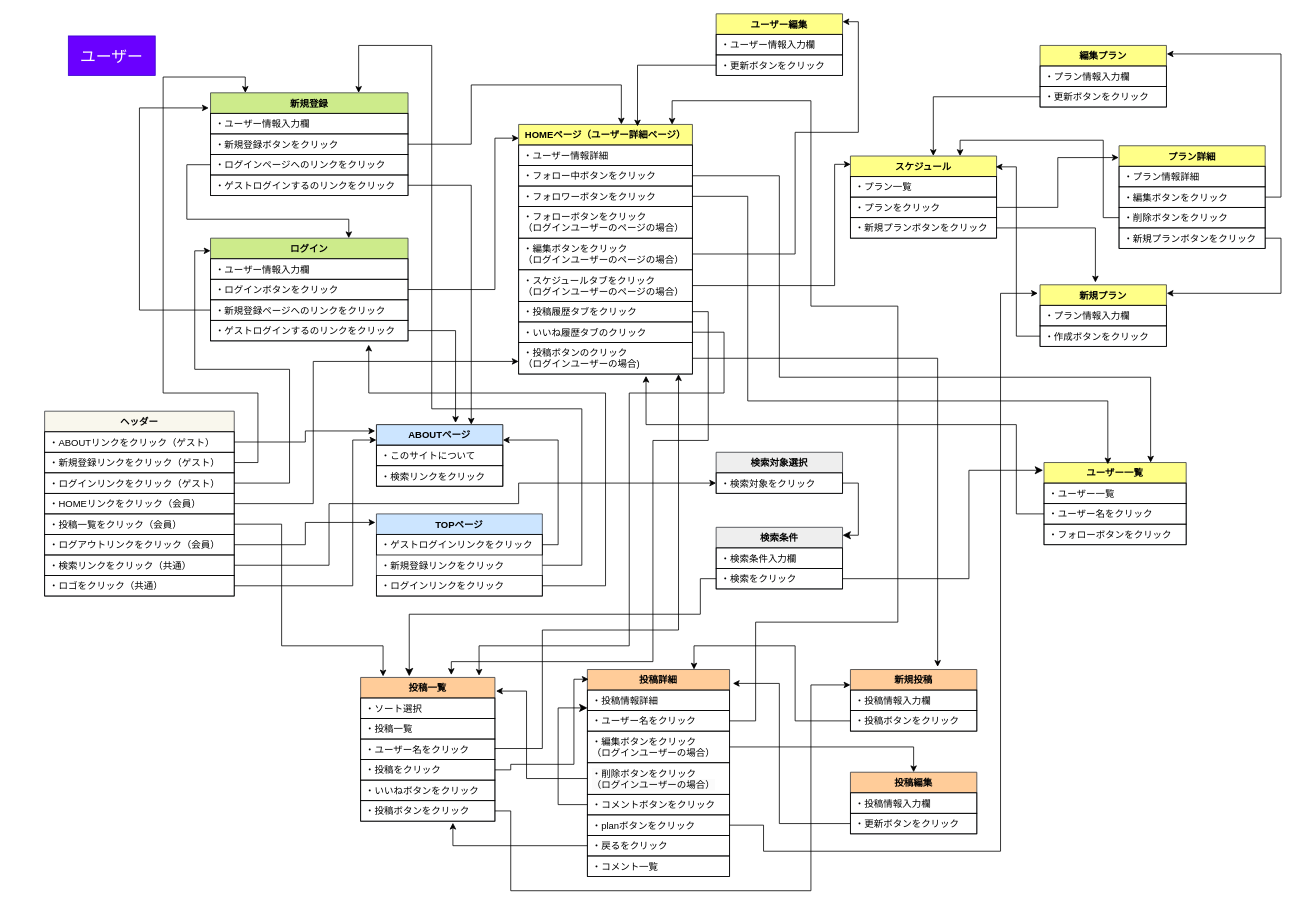
Before: page "user" (1 of 2) of ui_flows.drawio in JunkiYuasa/trip_planning, a draw.io diagram. Source tidied: cells renumbered, new cells numbered last; positions are measured from the earlier drawing's top-left corner, leaving out a move shared by most shapes. Both pictures are drawn from the tidied source at 79%, with x=0, y=0 at pixel (44, 13).
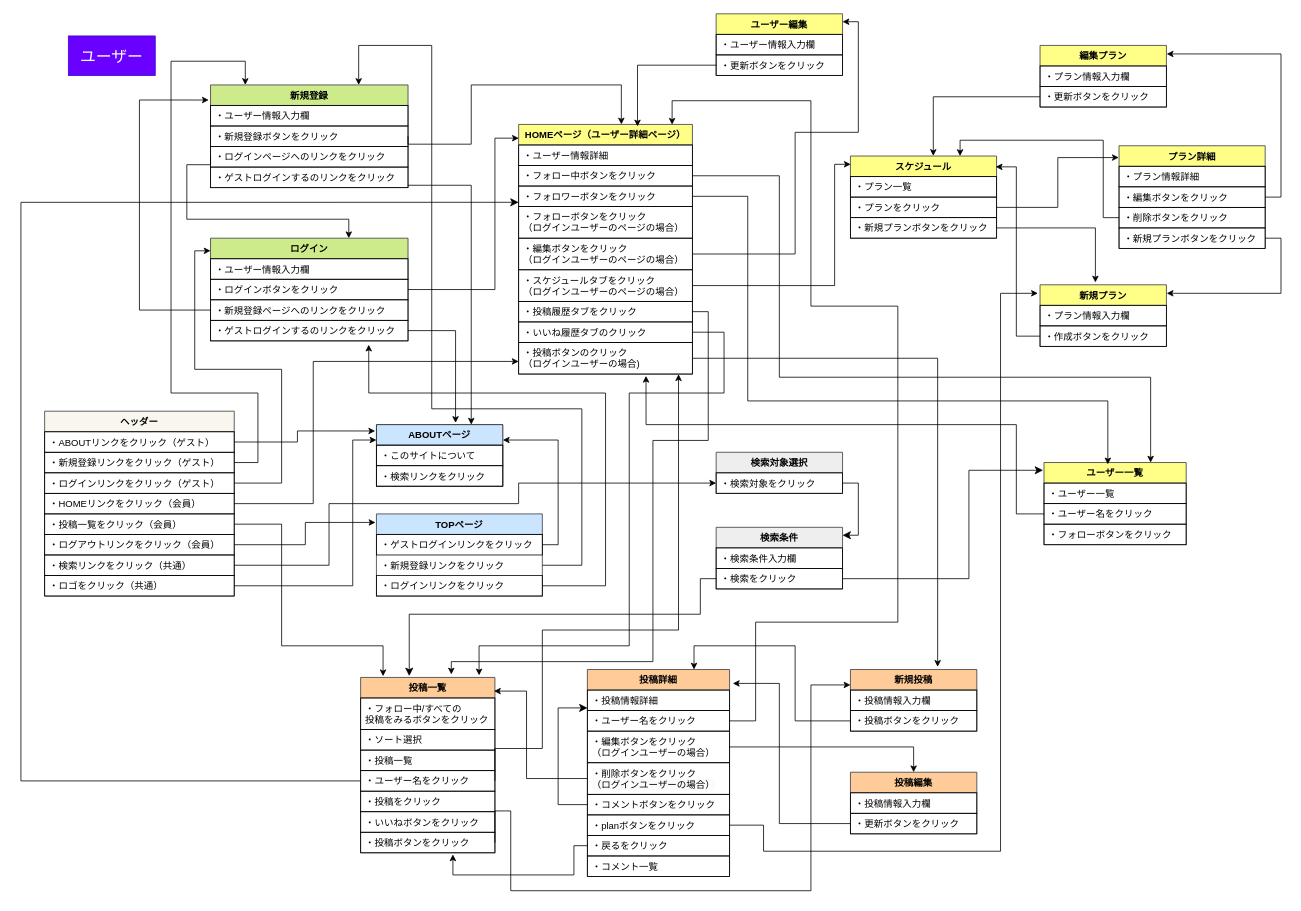
The same page after the edit.

Commit message (it also covers changes not shown here):
ui_flows.drawio を更新します

Unchanged cells that the change refers to:
```xml
<mxCell id="8" value="・ABOUTリンクをクリック（ゲスト）" style="text;strokeColor=default;fillColor=none;align=left;verticalAlign=top;spacingLeft=4;spacingRight=4;overflow=hidden;points=[[0,0.5],[1,0.5]];portConstraint=eastwest;whiteSpace=wrap;html=1;fontFamily=Helvetica;fontSize=12;fontColor=default;" parent="7" vertex="1">
  <mxGeometry y="26" width="240" height="26" as="geometry" />
</mxCell>
<mxCell id="9" value="・新規登録リンクをクリック（ゲスト）" style="text;strokeColor=default;fillColor=none;align=left;verticalAlign=top;spacingLeft=4;spacingRight=4;overflow=hidden;points=[[0,0.5],[1,0.5]];portConstraint=eastwest;whiteSpace=wrap;html=1;fontFamily=Helvetica;fontSize=12;fontColor=default;" parent="7" vertex="1">
  <mxGeometry y="52" width="240" height="26" as="geometry" />
</mxCell>
<mxCell id="10" value="・ログインリンクをクリック（ゲスト）" style="text;strokeColor=default;fillColor=none;align=left;verticalAlign=top;spacingLeft=4;spacingRight=4;overflow=hidden;points=[[0,0.5],[1,0.5]];portConstraint=eastwest;whiteSpace=wrap;html=1;fontFamily=Helvetica;fontSize=12;fontColor=default;" parent="7" vertex="1">
  <mxGeometry y="78" width="240" height="26" as="geometry" />
</mxCell>
<mxCell id="21" value="ABOUTページ" style="swimlane;fontStyle=1;align=center;verticalAlign=top;horizontal=1;startSize=26;whiteSpace=wrap;html=1;spacingLeft=4;spacingRight=4;fontFamily=Helvetica;fontSize=12;fillColor=#cce5ff;strokeColor=default;" parent="1" vertex="1">
  <mxGeometry x="420" y="520" width="160" height="78" as="geometry" />
</mxCell>
<mxCell id="24" value="ログイン" style="swimlane;fontStyle=1;align=center;verticalAlign=top;horizontal=1;startSize=26;whiteSpace=wrap;html=1;strokeColor=#36393d;spacingLeft=4;spacingRight=4;fontFamily=Helvetica;fontSize=12;fillColor=#cdeb8b;" parent="1" vertex="1">
  <mxGeometry x="210" y="284" width="250" height="130" as="geometry" />
</mxCell>
<mxCell id="27" value="・新規登録ページへのリンクをクリック" style="text;strokeColor=default;fillColor=none;align=left;verticalAlign=top;spacingLeft=4;spacingRight=4;overflow=hidden;points=[[0,0.5],[1,0.5]];portConstraint=eastwest;whiteSpace=wrap;html=1;fontFamily=Helvetica;fontSize=12;fontColor=default;" parent="24" vertex="1">
  <mxGeometry y="78" width="250" height="26" as="geometry" />
</mxCell>
<mxCell id="32" value="・フォロワーボタンをクリック" style="text;strokeColor=default;fillColor=none;align=left;verticalAlign=top;spacingLeft=4;spacingRight=4;overflow=hidden;points=[[0,0.5],[1,0.5]];portConstraint=eastwest;whiteSpace=wrap;html=1;fontFamily=Helvetica;fontSize=12;fontColor=default;" parent="29" vertex="1">
  <mxGeometry y="78" width="220" height="26" as="geometry" />
</mxCell>
<mxCell id="46" value="投稿詳細" style="swimlane;fontStyle=1;align=center;verticalAlign=top;horizontal=1;startSize=26;whiteSpace=wrap;html=1;strokeColor=#36393d;spacingLeft=4;spacingRight=4;fontFamily=Helvetica;fontSize=12;fillColor=#ffcc99;" parent="1" vertex="1">
  <mxGeometry x="687" y="830" width="180" height="262" as="geometry" />
</mxCell>
<mxCell id="50" value="&lt;span style=&quot;color: rgb(0, 0, 0); font-family: Helvetica; font-size: 12px; font-style: normal; font-variant-ligatures: normal; font-variant-caps: normal; font-weight: 400; letter-spacing: normal; orphans: 2; text-align: left; text-indent: 0px; text-transform: none; widows: 2; word-spacing: 0px; -webkit-text-stroke-width: 0px; white-space: normal; background-color: rgb(251, 251, 251); text-decoration-thickness: initial; text-decoration-style: initial; text-decoration-color: initial; display: inline !important; float: none;&quot;&gt;・削除&lt;/span&gt;ボタンをクリック&lt;div&gt;&lt;div style=&quot;forced-color-adjust: none; color: rgb(0, 0, 0); font-family: Helvetica; font-size: 12px; font-style: normal; font-variant-ligatures: normal; font-variant-caps: normal; font-weight: 400; letter-spacing: normal; orphans: 2; text-align: left; text-indent: 0px; text-transform: none; widows: 2; word-spacing: 0px; -webkit-text-stroke-width: 0px; white-space: normal; background-color: rgb(251, 251, 251); text-decoration-thickness: initial; text-decoration-style: initial; text-decoration-color: initial;&quot;&gt;（ログインユーザーの場合）&lt;/div&gt;&lt;/div&gt;" style="text;strokeColor=default;fillColor=none;align=left;verticalAlign=top;spacingLeft=4;spacingRight=4;overflow=hidden;points=[[0,0.5],[1,0.5]];portConstraint=eastwest;whiteSpace=wrap;html=1;fontFamily=Helvetica;fontSize=12;fontColor=default;" parent="46" vertex="1">
  <mxGeometry y="118" width="180" height="40" as="geometry" />
</mxCell>
<mxCell id="53" value="・戻るをクリック" style="text;strokeColor=default;fillColor=none;align=left;verticalAlign=top;spacingLeft=4;spacingRight=4;overflow=hidden;points=[[0,0.5],[1,0.5]];portConstraint=eastwest;whiteSpace=wrap;html=1;fontFamily=Helvetica;fontSize=12;fontColor=default;" parent="46" vertex="1">
  <mxGeometry y="210" width="180" height="26" as="geometry" />
</mxCell>
```

Diff of the diagram source:
```diff
@@
     <mxCell id="16" value="新規登録" style="swimlane;fontStyle=1;align=center;verticalAlign=top;horizontal=1;startSize=26;whiteSpace=wrap;html=1;strokeColor=#36393d;spacingLeft=4;spacingRight=4;fontFamily=Helvetica;fontSize=12;fillColor=#cdeb8b;" parent="1" vertex="1">
-      <mxGeometry x="210" y="100" width="250" height="130" as="geometry" />
+      <mxGeometry x="210" y="90" width="250" height="130" as="geometry" />
     </mxCell>
@@
     <mxCell id="39" value="投稿一覧" style="swimlane;fontStyle=1;align=center;verticalAlign=top;horizontal=1;startSize=26;whiteSpace=wrap;html=1;strokeColor=#36393d;spacingLeft=4;spacingRight=4;fontFamily=Helvetica;fontSize=12;fillColor=#ffcc99;" parent="1" vertex="1">
-      <mxGeometry x="400" y="840" width="170" height="182" as="geometry" />
+      <mxGeometry x="400" y="840" width="170" height="222" as="geometry" />
     </mxCell>
+    <mxCell id="135" value="・フォロー中/すべての&lt;div&gt;投稿をみるボタンをクリック&lt;/div&gt;" style="text;strokeColor=default;fillColor=none;align=left;verticalAlign=top;spacingLeft=4;spacingRight=4;overflow=hidden;whiteSpace=wrap;html=1;fontFamily=Helvetica;fontSize=12;fontColor=default;" parent="39" vertex="1">
+      <mxGeometry y="26" width="170" height="40" as="geometry" />
+    </mxCell>
     <mxCell id="40" value="・ソート選択" style="text;strokeColor=default;fillColor=none;align=left;verticalAlign=top;spacingLeft=4;spacingRight=4;overflow=hidden;whiteSpace=wrap;html=1;fontFamily=Helvetica;fontSize=12;fontColor=default;" parent="39" vertex="1">
-      <mxGeometry y="26" width="170" height="26" as="geometry" />
+      <mxGeometry y="66" width="170" height="26" as="geometry" />
     </mxCell>
     <mxCell id="41" value="・投稿一覧" style="text;strokeColor=default;fillColor=none;align=left;verticalAlign=top;spacingLeft=4;spacingRight=4;overflow=hidden;whiteSpace=wrap;html=1;fontFamily=Helvetica;fontSize=12;fontColor=default;" parent="39" vertex="1">
-      <mxGeometry y="52" width="170" height="26" as="geometry" />
+      <mxGeometry y="92" width="170" height="26" as="geometry" />
     </mxCell>
     <mxCell id="42" value="・ユーザー名をクリック" style="text;strokeColor=default;fillColor=none;align=left;verticalAlign=top;spacingLeft=4;spacingRight=4;overflow=hidden;points=[[0,0.5],[1,0.5]];portConstraint=eastwest;whiteSpace=wrap;html=1;fontFamily=Helvetica;fontSize=12;fontColor=default;" parent="39" vertex="1">
-      <mxGeometry y="78" width="170" height="26" as="geometry" />
+      <mxGeometry y="118" width="170" height="26" as="geometry" />
     </mxCell>
     <mxCell id="43" value="・投稿をクリック" style="text;strokeColor=default;fillColor=none;align=left;verticalAlign=top;spacingLeft=4;spacingRight=4;overflow=hidden;points=[[0,0.5],[1,0.5]];portConstraint=eastwest;whiteSpace=wrap;html=1;fontFamily=Helvetica;fontSize=12;fontColor=default;" parent="39" vertex="1">
-      <mxGeometry y="104" width="170" height="26" as="geometry" />
+      <mxGeometry y="144" width="170" height="26" as="geometry" />
     </mxCell>
     <mxCell id="44" value="・いいねボタンをクリック" style="text;strokeColor=default;fillColor=none;align=left;verticalAlign=top;spacingLeft=4;spacingRight=4;overflow=hidden;whiteSpace=wrap;html=1;fontFamily=Helvetica;fontSize=12;fontColor=default;" parent="39" vertex="1">
-      <mxGeometry y="130" width="170" height="26" as="geometry" />
+      <mxGeometry y="170" width="170" height="26" as="geometry" />
     </mxCell>
     <mxCell id="45" value="・投稿ボタンをクリック" style="text;strokeColor=default;fillColor=none;align=left;verticalAlign=top;spacingLeft=4;spacingRight=4;overflow=hidden;points=[[0,0.5],[1,0.5]];portConstraint=eastwest;whiteSpace=wrap;html=1;fontFamily=Helvetica;fontSize=12;fontColor=default;" parent="39" vertex="1">
-      <mxGeometry y="156" width="170" height="26" as="geometry" />
+      <mxGeometry y="196" width="170" height="26" as="geometry" />
     </mxCell>
@@
     <mxCell id="86" style="edgeStyle=orthogonalEdgeStyle;rounded=0;jettySize=auto;html=1;" parent="1" edge="1" source="9">
       <mxGeometry relative="1" as="geometry">
-        <mxPoint x="254" y="100" as="targetPoint" />
+        <mxPoint x="254" y="90" as="targetPoint" />
         <Array as="points">
           <mxPoint x="270" y="568" />
           <mxPoint x="270" y="480" />
-          <mxPoint x="150" y="480" />
-          <mxPoint x="150" y="80" />
-          <mxPoint x="254" y="80" />
+          <mxPoint x="160" y="480" />
+          <mxPoint x="160" y="60" />
+          <mxPoint x="254" y="60" />
         </Array>
       </mxGeometry>
     </mxCell>
     <mxCell id="87" style="edgeStyle=orthogonalEdgeStyle;rounded=0;jettySize=auto;html=1;exitX=1;exitY=0.5;exitDx=0;exitDy=0;" parent="1" edge="1" source="10" target="24">
       <mxGeometry relative="1" as="geometry">
         <Array as="points">
-          <mxPoint x="310" y="594" />
-          <mxPoint x="310" y="450" />
+          <mxPoint x="300" y="594" />
+          <mxPoint x="300" y="450" />
           <mxPoint x="190" y="450" />
           <mxPoint x="190" y="300" />
         </Array>
       </mxGeometry>
     </mxCell>
     <mxCell id="88" style="edgeStyle=orthogonalEdgeStyle;rounded=0;jettySize=auto;html=1;exitX=1;exitY=0.5;exitDx=0;exitDy=0;entryX=-0.01;entryY=0.103;entryDx=0;entryDy=0;entryPerimeter=0;" parent="1" edge="1" source="8" target="21">
-      <mxGeometry relative="1" as="geometry" />
+      <mxGeometry relative="1" as="geometry">
+        <Array as="points">
+          <mxPoint x="320" y="542" />
+          <mxPoint x="320" y="528" />
+        </Array>
+      </mxGeometry>
     </mxCell>
@@
     <mxCell id="94" style="edgeStyle=orthogonalEdgeStyle;rounded=0;jettySize=auto;html=1;exitX=0;exitY=0.5;exitDx=0;exitDy=0;entryX=-0.009;entryY=0.147;entryDx=0;entryDy=0;entryPerimeter=0;" parent="1" edge="1" source="27" target="16">
       <mxGeometry relative="1" as="geometry">
         <Array as="points">
           <mxPoint x="120" y="375" />
-          <mxPoint x="120" y="119" />
+          <mxPoint x="120" y="109" />
         </Array>
       </mxGeometry>
     </mxCell>
@@
-    <mxCell id="109" style="edgeStyle=orthogonalEdgeStyle;rounded=0;jettySize=auto;html=1;exitX=1;exitY=0.5;exitDx=0;exitDy=0;entryX=0.009;entryY=0.047;entryDx=0;entryDy=0;entryPerimeter=0;" parent="1" edge="1" source="43" target="46">
-      <mxGeometry relative="1" as="geometry">
-        <Array as="points">
-          <mxPoint x="590" y="957" />
-          <mxPoint x="590" y="950" />
-          <mxPoint x="670" y="950" />
-          <mxPoint x="670" y="842" />
-        </Array>
-      </mxGeometry>
-    </mxCell>
@@
-    <mxCell id="123" style="edgeStyle=orthogonalEdgeStyle;rounded=0;jettySize=auto;html=1;exitX=0;exitY=0.5;exitDx=0;exitDy=0;entryX=1.008;entryY=0.095;entryDx=0;entryDy=0;entryPerimeter=0;" parent="1" edge="1" source="50" target="39">
+    <mxCell id="123" style="edgeStyle=orthogonalEdgeStyle;rounded=0;jettySize=auto;html=1;exitX=0;exitY=0.5;exitDx=0;exitDy=0;entryX=0.993;entryY=0.078;entryDx=0;entryDy=0;entryPerimeter=0;" parent="1" edge="1" source="50" target="39">
       <mxGeometry relative="1" as="geometry">
         <Array as="points">
           <mxPoint x="610" y="968" />
           <mxPoint x="610" y="857" />
         </Array>
       </mxGeometry>
     </mxCell>
@@
     <mxCell id="128" style="edgeStyle=orthogonalEdgeStyle;rounded=0;jettySize=auto;html=1;exitX=0;exitY=0.5;exitDx=0;exitDy=0;entryX=0.687;entryY=1.077;entryDx=0;entryDy=0;entryPerimeter=0;" parent="1" edge="1" source="53" target="45">
       <mxGeometry relative="1" as="geometry">
         <Array as="points">
-          <mxPoint x="517" y="1053" />
+          <mxPoint x="670" y="1053" />
+          <mxPoint x="670" y="1090" />
+          <mxPoint x="517" y="1090" />
         </Array>
       </mxGeometry>
     </mxCell>
@@
+    <mxCell id="136" style="edgeStyle=orthogonalEdgeStyle;rounded=0;jettySize=auto;html=1;exitX=0;exitY=0.5;exitDx=0;exitDy=0;entryX=0;entryY=0.792;entryDx=0;entryDy=0;entryPerimeter=0;fontSize=12;startSize=8;endSize=8;" parent="1" edge="1" source="42" target="32">
+      <mxGeometry relative="1" as="geometry">
+        <Array as="points">
+          <mxPoint x="-30" y="971" />
+          <mxPoint x="-30" y="239" />
+        </Array>
+      </mxGeometry>
+    </mxCell>
```
